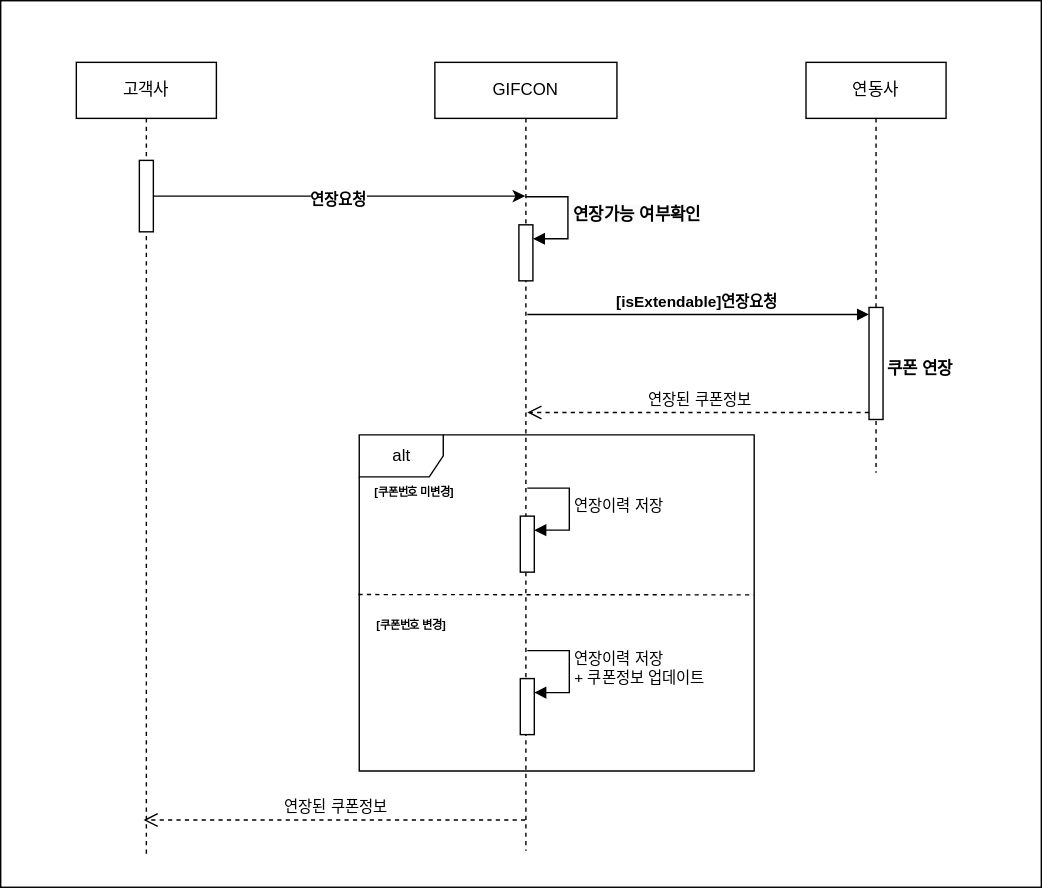
Above: [중계]연장이력_시퀀스_다이어그램.drawio.svg in k3srpn/Architecture (draw.io), before the change. Source tidied: cells renumbered, new cells last; positions are measured from the earlier drawing's top-left corner, leaving out a move shared by most shapes. Source of this version:
```xml
<mxGraphModel>
  <root>
    <mxCell id="0" />
    <mxCell id="1" parent="0" />
    <mxCell id="2" style="rounded=0;whiteSpace=wrap;html=1;fillColor=none;" parent="1" vertex="1">
      <mxGeometry width="743" height="633" as="geometry" />
    </mxCell>
    <mxCell id="3" value="GIFCON" style="shape=umlLifeline;perimeter=lifelinePerimeter;whiteSpace=wrap;html=1;outlineConnect=0;portConstraint=eastwest;newEdgeStyle={&quot;edgeStyle&quot;:&quot;elbowEdgeStyle&quot;,&quot;elbow&quot;:&quot;vertical&quot;,&quot;curved&quot;:0,&quot;rounded&quot;:0};" parent="1" vertex="1">
      <mxGeometry x="310" y="44" width="130" height="563" as="geometry" />
    </mxCell>
    <mxCell id="4" style="html=1;points=[[0,0,0,0,5],[0,1,0,0,-5],[1,0,0,0,5],[1,1,0,0,-5]];perimeter=orthogonalPerimeter;outlineConnect=0;targetShapes=umlLifeline;portConstraint=eastwest;newEdgeStyle={&quot;curved&quot;:0,&quot;rounded&quot;:0};" parent="3" vertex="1">
      <mxGeometry x="60" y="116" width="10" height="40" as="geometry" />
    </mxCell>
    <mxCell id="5" value="&lt;b style=&quot;border-color: var(--border-color); font-size: 12px; background-color: rgb(251, 251, 251);&quot;&gt;연장가능 여부확인&lt;/b&gt;" style="html=1;align=left;spacingLeft=2;endArrow=block;rounded=0;edgeStyle=orthogonalEdgeStyle;curved=0;rounded=0;" parent="3" edge="1" target="4">
      <mxGeometry relative="1" as="geometry">
        <mxPoint x="65" y="96" as="sourcePoint" />
        <Array as="points">
          <mxPoint x="95" y="126" />
        </Array>
      </mxGeometry>
    </mxCell>
    <mxCell id="6" style="html=1;points=[[0,0,0,0,5],[0,1,0,0,-5],[1,0,0,0,5],[1,1,0,0,-5]];perimeter=orthogonalPerimeter;outlineConnect=0;targetShapes=umlLifeline;portConstraint=eastwest;newEdgeStyle={&quot;curved&quot;:0,&quot;rounded&quot;:0};" parent="3" vertex="1">
      <mxGeometry x="61" y="324" width="10" height="40" as="geometry" />
    </mxCell>
    <mxCell id="7" value="연장이력 저장" style="html=1;align=left;spacingLeft=2;endArrow=block;rounded=0;edgeStyle=orthogonalEdgeStyle;curved=0;rounded=0;" parent="3" edge="1" target="6">
      <mxGeometry relative="1" as="geometry">
        <mxPoint x="66" y="304" as="sourcePoint" />
        <Array as="points">
          <mxPoint x="96" y="334" />
        </Array>
      </mxGeometry>
    </mxCell>
    <mxCell id="8" style="html=1;points=[[0,0,0,0,5],[0,1,0,0,-5],[1,0,0,0,5],[1,1,0,0,-5]];perimeter=orthogonalPerimeter;outlineConnect=0;targetShapes=umlLifeline;portConstraint=eastwest;newEdgeStyle={&quot;curved&quot;:0,&quot;rounded&quot;:0};" parent="3" vertex="1">
      <mxGeometry x="61" y="440" width="10" height="40" as="geometry" />
    </mxCell>
    <mxCell id="9" value="연장이력 저장&lt;br&gt;+ 쿠폰정보 업데이트" style="html=1;align=left;spacingLeft=2;endArrow=block;rounded=0;edgeStyle=orthogonalEdgeStyle;curved=0;rounded=0;" parent="3" edge="1" target="8">
      <mxGeometry relative="1" as="geometry">
        <mxPoint x="66" y="420" as="sourcePoint" />
        <Array as="points">
          <mxPoint x="96" y="450" />
        </Array>
      </mxGeometry>
    </mxCell>
    <mxCell id="10" value="연동사" style="shape=umlLifeline;perimeter=lifelinePerimeter;whiteSpace=wrap;html=1;newEdgeStyle={&quot;edgeStyle&quot;:&quot;elbowEdgeStyle&quot;,&quot;elbow&quot;:&quot;vertical&quot;,&quot;curved&quot;:0,&quot;rounded&quot;:0};" parent="1" vertex="1">
      <mxGeometry x="575" y="44" width="100" height="293" as="geometry" />
    </mxCell>
    <mxCell id="11" style="html=1;points=[[0,0,0,0,5],[0,1,0,0,-5],[1,0,0,0,5],[1,1,0,0,-5]];perimeter=orthogonalPerimeter;outlineConnect=0;targetShapes=umlLifeline;portConstraint=eastwest;newEdgeStyle={&quot;curved&quot;:0,&quot;rounded&quot;:0};" parent="10" vertex="1">
      <mxGeometry x="45" y="175" width="10" height="80" as="geometry" />
    </mxCell>
    <mxCell id="12" value="고객사" style="shape=umlLifeline;perimeter=lifelinePerimeter;whiteSpace=wrap;html=1;newEdgeStyle={&quot;edgeStyle&quot;:&quot;elbowEdgeStyle&quot;,&quot;elbow&quot;:&quot;vertical&quot;,&quot;curved&quot;:0,&quot;rounded&quot;:0};" parent="1" vertex="1">
      <mxGeometry x="54" y="44" width="100" height="565" as="geometry" />
    </mxCell>
    <mxCell id="13" style="html=1;points=[];perimeter=orthogonalPerimeter;outlineConnect=0;targetShapes=umlLifeline;portConstraint=eastwest;newEdgeStyle={&quot;edgeStyle&quot;:&quot;elbowEdgeStyle&quot;,&quot;elbow&quot;:&quot;vertical&quot;,&quot;curved&quot;:0,&quot;rounded&quot;:0};" parent="12" vertex="1">
      <mxGeometry x="45" y="70" width="10" height="51" as="geometry" />
    </mxCell>
    <mxCell id="14" value="&lt;b&gt;쿠폰 연장&lt;/b&gt;" style="text;html=1;align=left;verticalAlign=middle;strokeColor=none;fillColor=none;" parent="1" vertex="1">
      <mxGeometry x="631" y="250" width="69" height="26" as="geometry" />
    </mxCell>
    <mxCell id="15" style="endArrow=classic;html=1;rounded=0;" parent="1" edge="1" source="13" target="3">
      <mxGeometry relative="1" as="geometry" />
    </mxCell>
    <mxCell id="16" value="&lt;b&gt;연장요청&lt;/b&gt;" style="edgeLabel;html=1;align=center;verticalAlign=middle;" parent="15" vertex="1">
      <mxGeometry x="0.28" y="-2" relative="1" as="geometry">
        <mxPoint x="-39" as="offset" />
      </mxGeometry>
    </mxCell>
    <mxCell id="17" value="alt" style="shape=umlFrame;whiteSpace=wrap;html=1;" parent="1" vertex="1">
      <mxGeometry x="256" y="310" width="282" height="240" as="geometry" />
    </mxCell>
    <mxCell id="18" value="&lt;b style=&quot;border-color: var(--border-color);&quot;&gt;[isExtendable]연장요청&lt;/b&gt;" style="html=1;verticalAlign=bottom;endArrow=block;curved=0;rounded=0;entryX=0;entryY=0;entryDx=0;entryDy=5;" parent="1" edge="1" target="11">
      <mxGeometry relative="1" as="geometry">
        <mxPoint x="376" y="224" as="sourcePoint" />
      </mxGeometry>
    </mxCell>
    <mxCell id="19" value="연장된 쿠폰정보" style="html=1;verticalAlign=bottom;endArrow=open;dashed=1;endSize=8;curved=0;rounded=0;exitX=0;exitY=1;exitDx=0;exitDy=-5;" parent="1" edge="1" source="11">
      <mxGeometry relative="1" as="geometry">
        <mxPoint x="376" y="294" as="targetPoint" />
      </mxGeometry>
    </mxCell>
    <mxCell id="20" value="&lt;b&gt;[쿠폰번호 미변경]&lt;/b&gt;" style="text;html=1;align=center;verticalAlign=middle;strokeColor=none;fillColor=none;fontSize=8;" parent="1" vertex="1">
      <mxGeometry x="254" y="340" width="82" height="22" as="geometry" />
    </mxCell>
    <mxCell id="21" value="연장된 쿠폰정보" style="html=1;verticalAlign=bottom;endArrow=open;dashed=1;endSize=8;curved=0;rounded=0;" parent="1" edge="1">
      <mxGeometry relative="1" as="geometry">
        <mxPoint x="374.5" y="585" as="sourcePoint" />
        <mxPoint x="102" y="585" as="targetPoint" />
      </mxGeometry>
    </mxCell>
    <mxCell id="22" value="&lt;b&gt;[쿠폰번호 변경]&lt;/b&gt;" style="text;html=1;align=center;verticalAlign=middle;strokeColor=none;fillColor=none;fontSize=8;" parent="1" vertex="1">
      <mxGeometry x="256" y="435" width="74" height="22" as="geometry" />
    </mxCell>
    <mxCell id="23" style="endArrow=none;dashed=1;html=1;rounded=0;exitX=-0.002;exitY=0.475;exitDx=0;exitDy=0;exitPerimeter=0;entryX=0.999;entryY=0.476;entryDx=0;entryDy=0;entryPerimeter=0;" parent="1" edge="1" source="17" target="17">
      <mxGeometry relative="1" as="geometry" />
    </mxCell>
  </root>
</mxGraphModel>
```
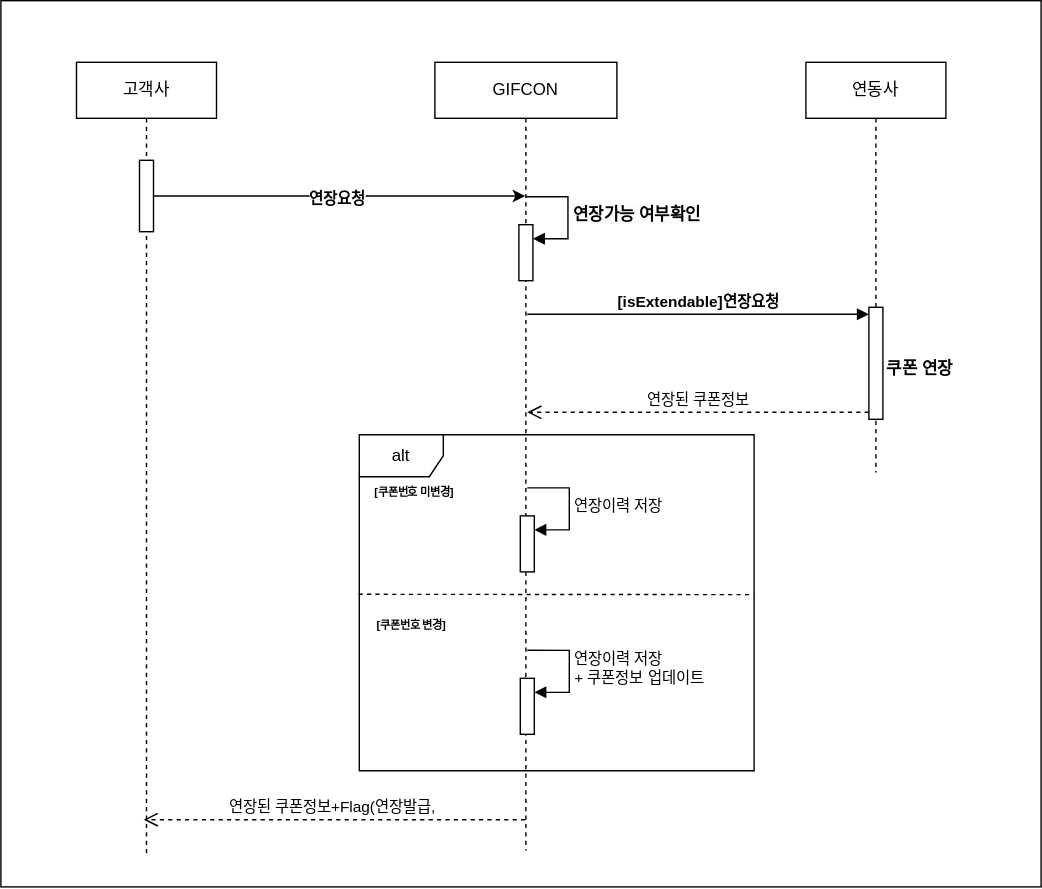
After the commit.

Commit message:
[중계]연장이력_시퀀스_다이어그램.drawio.svg 업데이트

The edit, as a diff of the source:
```diff
@@ -80,7 +80,7 @@
     <mxCell id="20" value="&lt;b&gt;[쿠폰번호 미변경]&lt;/b&gt;" style="text;html=1;align=center;verticalAlign=middle;strokeColor=none;fillColor=none;fontSize=8;" parent="1" vertex="1">
       <mxGeometry x="254" y="340" width="82" height="22" as="geometry" />
     </mxCell>
-    <mxCell id="21" value="연장된 쿠폰정보" style="html=1;verticalAlign=bottom;endArrow=open;dashed=1;endSize=8;curved=0;rounded=0;" parent="1" edge="1">
+    <mxCell id="21" value="연장된 쿠폰정보+Flag(연장발급,&amp;nbsp;" style="html=1;verticalAlign=bottom;endArrow=open;dashed=1;endSize=8;curved=0;rounded=0;" parent="1" edge="1">
       <mxGeometry relative="1" as="geometry">
         <mxPoint x="374.5" y="585" as="sourcePoint" />
         <mxPoint x="102" y="585" as="targetPoint" />
```
